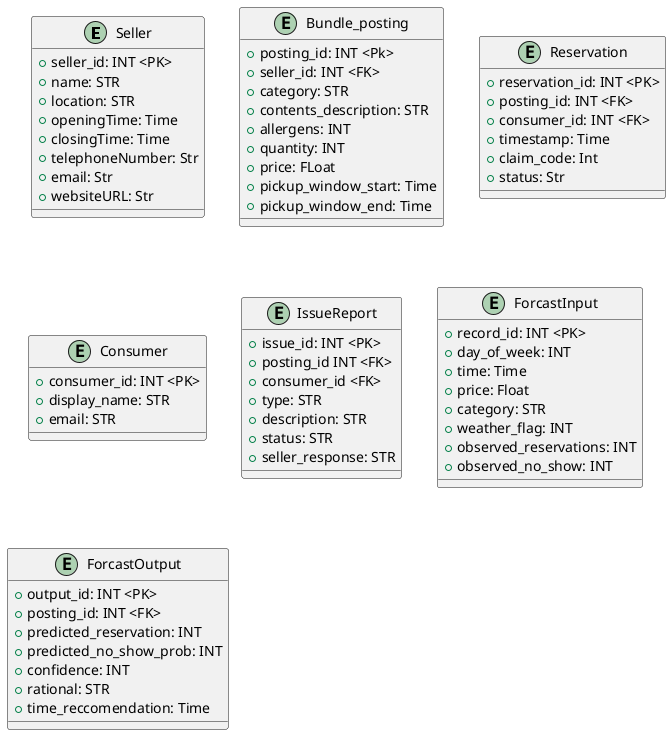
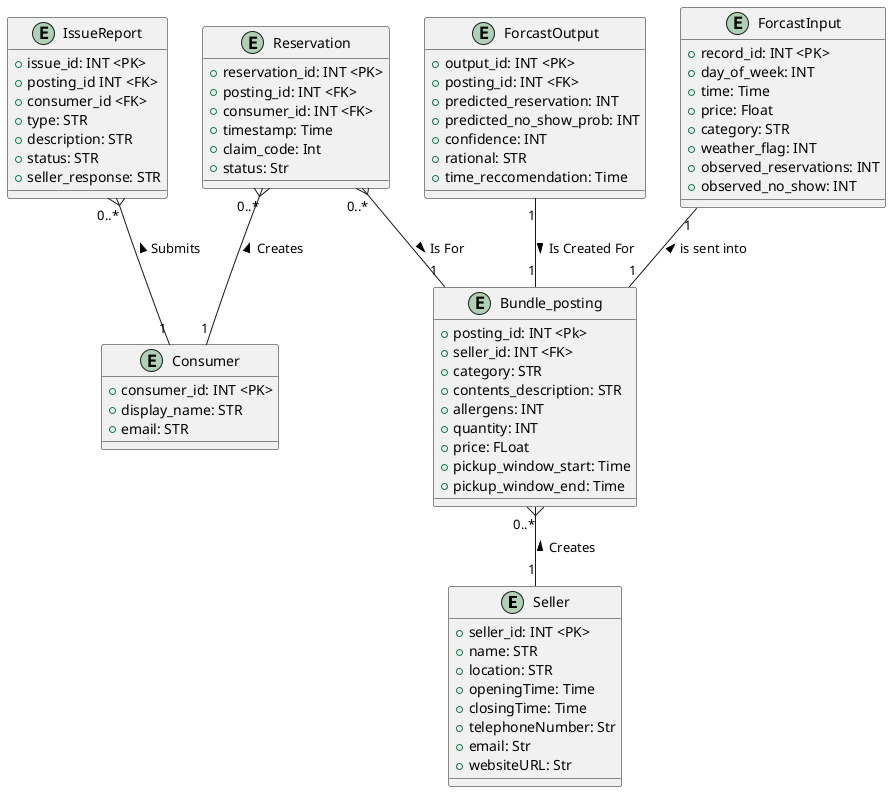
@startuml
entity Seller {
  +seller_id: INT <PK>
  +name: STR
  +location: STR
  +openingTime: Time
  +closingTime: Time
  +telephoneNumber: Str
  +email: Str
  +websiteURL: Str
}
entity Bundle_posting{
    +posting_id: INT <Pk>
    +seller_id: INT <FK>
    +category: STR
    +contents_description: STR
    +allergens: INT
    +quantity: INT
    +price: FLoat
    +pickup_window_start: Time
    +pickup_window_end: Time
}

entity Reservation{
    +reservation_id: INT <PK>
    +posting_id: INT <FK>
    +consumer_id: INT <FK>
    +timestamp: Time
    +claim_code: Int
    +status: Str
}
entity Consumer{
        +consumer_id: INT <PK>
        +display_name: STR
        +email: STR
}
entity IssueReport{
    +issue_id: INT <PK>
    +posting_id INT <FK>
    +consumer_id <FK>
    +type: STR
    +description: STR
    +status: STR
    +seller_response: STR

}
entity ForcastInput{
    +record_id: INT <PK>
    +day_of_week: INT
    +time: Time
    +price: Float
    +category: STR
    +weather_flag: INT
    +observed_reservations: INT
    +observed_no_show: INT

}
entity ForcastOutput{
    +output_id: INT <PK>
    +posting_id: INT <FK>
    +predicted_reservation: INT
    +predicted_no_show_prob: INT
    +confidence: INT
    +rational: STR
    +time_reccomendation: Time

}

+ Reservation "0..*" }-- "1" Consumer : Creates <
+ IssueReport "0..*" }-- "1" Consumer : Submits <
+ Reservation "0..*" }-- "1" Bundle_posting : Is For >
+ Bundle_posting "0..*" }-- "1" Seller : Creates <
+ ForcastInput "1" -- "1" Bundle_posting : is sent into <
+ ForcastOutput "1" -- "1" Bundle_posting : Is Created For >
+ 
+ 
@enduml